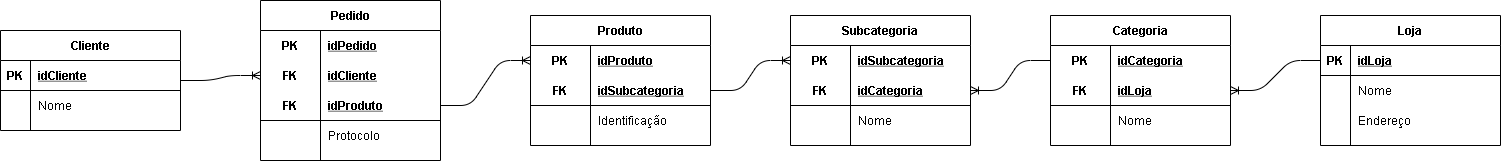
Above: SENAI-Sprint.1-BD/1.5/Modelo-Logico.png in Flavia-OlSi/SENAI-Segundo.Semestre (draw.io), before the change. Source tidied: cells renumbered, new cells last; positions are measured from the earlier drawing's top-left corner, leaving out a move shared by most shapes. Source of this version:
```xml
<mxGraphModel>
  <root>
    <mxCell id="0" />
    <mxCell id="1" parent="0" />
    <mxCell id="2" value="Cliente" style="shape=table;startSize=30;rowLines=0;fontStyle=1;align=center;" parent="1" vertex="1">
      <mxGeometry y="30" width="180" height="100" as="geometry" />
    </mxCell>
    <mxCell id="3" style="shape=partialRectangle;fillColor=none;top=0;left=0;bottom=1;right=0;" parent="2" vertex="1">
      <mxGeometry y="30" width="180" height="30" as="geometry" />
    </mxCell>
    <mxCell id="4" value="PK" style="shape=partialRectangle;fillColor=none;top=0;left=0;bottom=0;right=0;fontStyle=1;overflow=hidden;" parent="3" vertex="1">
      <mxGeometry width="30" height="30" as="geometry" />
    </mxCell>
    <mxCell id="5" value="idCliente" style="shape=partialRectangle;fillColor=none;top=0;left=0;bottom=0;right=0;align=left;spacingLeft=6;fontStyle=5;overflow=hidden;" parent="3" vertex="1">
      <mxGeometry x="30" width="150" height="30" as="geometry" />
    </mxCell>
    <mxCell id="6" style="shape=partialRectangle;fillColor=none;top=0;left=0;bottom=0;right=0;" parent="2" vertex="1">
      <mxGeometry y="60" width="180" height="30" as="geometry" />
    </mxCell>
    <mxCell id="7" style="shape=partialRectangle;fillColor=none;top=0;left=0;bottom=0;right=0;overflow=hidden;" parent="6" vertex="1">
      <mxGeometry width="30" height="30" as="geometry" />
    </mxCell>
    <mxCell id="8" value="Nome" style="shape=partialRectangle;fillColor=none;top=0;left=0;bottom=0;right=0;align=left;spacingLeft=6;overflow=hidden;" parent="6" vertex="1">
      <mxGeometry x="30" width="150" height="30" as="geometry" />
    </mxCell>
    <mxCell id="9" value="Pedido" style="shape=table;startSize=30;rowLines=0;fontStyle=1;align=center;" parent="1" vertex="1">
      <mxGeometry x="260" width="180" height="160" as="geometry" />
    </mxCell>
    <mxCell id="10" style="shape=partialRectangle;fillColor=none;top=0;left=0;bottom=0;right=0;" parent="9" vertex="1">
      <mxGeometry y="30" width="180" height="30" as="geometry" />
    </mxCell>
    <mxCell id="11" value="PK" style="shape=partialRectangle;fillColor=none;top=0;left=0;bottom=0;right=0;fontStyle=1;overflow=hidden;" parent="10" vertex="1">
      <mxGeometry width="60" height="30" as="geometry" />
    </mxCell>
    <mxCell id="12" value="idPedido" style="shape=partialRectangle;fillColor=none;top=0;left=0;bottom=0;right=0;align=left;spacingLeft=6;fontStyle=5;overflow=hidden;" parent="10" vertex="1">
      <mxGeometry x="60" width="120" height="30" as="geometry" />
    </mxCell>
    <mxCell id="13" style="shape=partialRectangle;fillColor=none;top=0;left=0;bottom=0;right=0;points=[[0,0.5],[1,0.5]];portConstraint=eastwest;" parent="9" vertex="1">
      <mxGeometry y="60" width="180" height="30" as="geometry" />
    </mxCell>
    <mxCell id="14" value="FK" style="shape=partialRectangle;fillColor=none;top=0;left=0;bottom=0;right=0;fontStyle=1;overflow=hidden;" parent="13" vertex="1">
      <mxGeometry width="60" height="30" as="geometry" />
    </mxCell>
    <mxCell id="15" value="idCliente" style="shape=partialRectangle;fillColor=none;top=0;left=0;bottom=0;right=0;align=left;spacingLeft=6;fontStyle=5;overflow=hidden;" parent="13" vertex="1">
      <mxGeometry x="60" width="120" height="30" as="geometry" />
    </mxCell>
    <mxCell id="16" style="shape=partialRectangle;fillColor=none;top=0;left=0;bottom=1;right=0;points=[[0,0.5],[1,0.5]];portConstraint=eastwest;" parent="9" vertex="1">
      <mxGeometry y="90" width="180" height="30" as="geometry" />
    </mxCell>
    <mxCell id="17" value="FK" style="shape=partialRectangle;fillColor=none;top=0;left=0;bottom=0;right=0;fontStyle=1;overflow=hidden;" parent="16" vertex="1">
      <mxGeometry width="60" height="30" as="geometry" />
    </mxCell>
    <mxCell id="18" value="idProduto" style="shape=partialRectangle;fillColor=none;top=0;left=0;bottom=0;right=0;align=left;spacingLeft=6;fontStyle=5;overflow=hidden;" parent="16" vertex="1">
      <mxGeometry x="60" width="120" height="30" as="geometry" />
    </mxCell>
    <mxCell id="19" style="shape=partialRectangle;fillColor=none;top=0;left=0;bottom=0;right=0;" parent="9" vertex="1">
      <mxGeometry y="120" width="180" height="30" as="geometry" />
    </mxCell>
    <mxCell id="20" style="shape=partialRectangle;fillColor=none;top=0;left=0;bottom=0;right=0;overflow=hidden;" parent="19" vertex="1">
      <mxGeometry width="60" height="30" as="geometry" />
    </mxCell>
    <mxCell id="21" value="Protocolo" style="shape=partialRectangle;fillColor=none;top=0;left=0;bottom=0;right=0;align=left;spacingLeft=6;overflow=hidden;" parent="19" vertex="1">
      <mxGeometry x="60" width="120" height="30" as="geometry" />
    </mxCell>
    <mxCell id="22" value="Produto" style="shape=table;startSize=30;rowLines=0;fontStyle=1;align=center;" parent="1" vertex="1">
      <mxGeometry x="530" y="15" width="180" height="130" as="geometry" />
    </mxCell>
    <mxCell id="23" style="shape=partialRectangle;fillColor=none;top=0;left=0;bottom=0;right=0;points=[[0,0.5],[1,0.5]];portConstraint=eastwest;" parent="22" vertex="1">
      <mxGeometry y="30" width="180" height="30" as="geometry" />
    </mxCell>
    <mxCell id="24" value="PK" style="shape=partialRectangle;fillColor=none;top=0;left=0;bottom=0;right=0;fontStyle=1;overflow=hidden;" parent="23" vertex="1">
      <mxGeometry width="60" height="30" as="geometry" />
    </mxCell>
    <mxCell id="25" value="idProduto" style="shape=partialRectangle;fillColor=none;top=0;left=0;bottom=0;right=0;align=left;spacingLeft=6;fontStyle=5;overflow=hidden;" parent="23" vertex="1">
      <mxGeometry x="60" width="120" height="30" as="geometry" />
    </mxCell>
    <mxCell id="26" style="shape=partialRectangle;fillColor=none;top=0;left=0;bottom=1;right=0;points=[[0,0.5],[1,0.5]];portConstraint=eastwest;" parent="22" vertex="1">
      <mxGeometry y="60" width="180" height="30" as="geometry" />
    </mxCell>
    <mxCell id="27" value="FK" style="shape=partialRectangle;fillColor=none;top=0;left=0;bottom=0;right=0;fontStyle=1;overflow=hidden;" parent="26" vertex="1">
      <mxGeometry width="60" height="30" as="geometry" />
    </mxCell>
    <mxCell id="28" value="idSubcategoria" style="shape=partialRectangle;fillColor=none;top=0;left=0;bottom=0;right=0;align=left;spacingLeft=6;fontStyle=5;overflow=hidden;" parent="26" vertex="1">
      <mxGeometry x="60" width="120" height="30" as="geometry" />
    </mxCell>
    <mxCell id="29" style="shape=partialRectangle;fillColor=none;top=0;left=0;bottom=0;right=0;" parent="22" vertex="1">
      <mxGeometry y="90" width="180" height="30" as="geometry" />
    </mxCell>
    <mxCell id="30" style="shape=partialRectangle;fillColor=none;top=0;left=0;bottom=0;right=0;overflow=hidden;" parent="29" vertex="1">
      <mxGeometry width="60" height="30" as="geometry" />
    </mxCell>
    <mxCell id="31" value="Identificação" style="shape=partialRectangle;fillColor=none;top=0;left=0;bottom=0;right=0;align=left;spacingLeft=6;overflow=hidden;" parent="29" vertex="1">
      <mxGeometry x="60" width="120" height="30" as="geometry" />
    </mxCell>
    <mxCell id="32" value="Subcategoria" style="shape=table;startSize=30;rowLines=0;fontStyle=1;align=center;" parent="1" vertex="1">
      <mxGeometry x="790" y="15" width="180" height="130" as="geometry" />
    </mxCell>
    <mxCell id="33" style="shape=partialRectangle;fillColor=none;top=0;left=0;bottom=0;right=0;points=[[0,0.5],[1,0.5]];portConstraint=eastwest;" parent="32" vertex="1">
      <mxGeometry y="30" width="180" height="30" as="geometry" />
    </mxCell>
    <mxCell id="34" value="PK" style="shape=partialRectangle;fillColor=none;top=0;left=0;bottom=0;right=0;fontStyle=1;overflow=hidden;" parent="33" vertex="1">
      <mxGeometry width="60" height="30" as="geometry" />
    </mxCell>
    <mxCell id="35" value="idSubcategoria" style="shape=partialRectangle;fillColor=none;top=0;left=0;bottom=0;right=0;align=left;spacingLeft=6;fontStyle=5;overflow=hidden;" parent="33" vertex="1">
      <mxGeometry x="60" width="120" height="30" as="geometry" />
    </mxCell>
    <mxCell id="36" style="shape=partialRectangle;fillColor=none;top=0;left=0;bottom=1;right=0;points=[[0,0.5],[1,0.5]];portConstraint=eastwest;" parent="32" vertex="1">
      <mxGeometry y="60" width="180" height="30" as="geometry" />
    </mxCell>
    <mxCell id="37" value="FK" style="shape=partialRectangle;fillColor=none;top=0;left=0;bottom=0;right=0;fontStyle=1;overflow=hidden;" parent="36" vertex="1">
      <mxGeometry width="60" height="30" as="geometry" />
    </mxCell>
    <mxCell id="38" value="idCategoria" style="shape=partialRectangle;fillColor=none;top=0;left=0;bottom=0;right=0;align=left;spacingLeft=6;fontStyle=5;overflow=hidden;" parent="36" vertex="1">
      <mxGeometry x="60" width="120" height="30" as="geometry" />
    </mxCell>
    <mxCell id="39" style="shape=partialRectangle;fillColor=none;top=0;left=0;bottom=0;right=0;" parent="32" vertex="1">
      <mxGeometry y="90" width="180" height="30" as="geometry" />
    </mxCell>
    <mxCell id="40" style="shape=partialRectangle;fillColor=none;top=0;left=0;bottom=0;right=0;overflow=hidden;" parent="39" vertex="1">
      <mxGeometry width="60" height="30" as="geometry" />
    </mxCell>
    <mxCell id="41" value="Nome" style="shape=partialRectangle;fillColor=none;top=0;left=0;bottom=0;right=0;align=left;spacingLeft=6;overflow=hidden;" parent="39" vertex="1">
      <mxGeometry x="60" width="120" height="30" as="geometry" />
    </mxCell>
    <mxCell id="42" value="Categoria" style="shape=table;startSize=30;rowLines=0;fontStyle=1;align=center;" parent="1" vertex="1">
      <mxGeometry x="1050" y="15" width="180" height="130" as="geometry" />
    </mxCell>
    <mxCell id="43" style="shape=partialRectangle;fillColor=none;top=0;left=0;bottom=0;right=0;points=[[0,0.5],[1,0.5]];portConstraint=eastwest;" parent="42" vertex="1">
      <mxGeometry y="30" width="180" height="30" as="geometry" />
    </mxCell>
    <mxCell id="44" value="PK" style="shape=partialRectangle;fillColor=none;top=0;left=0;bottom=0;right=0;fontStyle=1;overflow=hidden;" parent="43" vertex="1">
      <mxGeometry width="60" height="30" as="geometry" />
    </mxCell>
    <mxCell id="45" value="idCategoria" style="shape=partialRectangle;fillColor=none;top=0;left=0;bottom=0;right=0;align=left;spacingLeft=6;fontStyle=5;overflow=hidden;" parent="43" vertex="1">
      <mxGeometry x="60" width="120" height="30" as="geometry" />
    </mxCell>
    <mxCell id="46" style="shape=partialRectangle;fillColor=none;top=0;left=0;bottom=1;right=0;points=[[0,0.5],[1,0.5]];portConstraint=eastwest;" parent="42" vertex="1">
      <mxGeometry y="60" width="180" height="30" as="geometry" />
    </mxCell>
    <mxCell id="47" value="FK" style="shape=partialRectangle;fillColor=none;top=0;left=0;bottom=0;right=0;fontStyle=1;overflow=hidden;" parent="46" vertex="1">
      <mxGeometry width="60" height="30" as="geometry" />
    </mxCell>
    <mxCell id="48" value="idLoja" style="shape=partialRectangle;fillColor=none;top=0;left=0;bottom=0;right=0;align=left;spacingLeft=6;fontStyle=5;overflow=hidden;" parent="46" vertex="1">
      <mxGeometry x="60" width="120" height="30" as="geometry" />
    </mxCell>
    <mxCell id="49" style="shape=partialRectangle;fillColor=none;top=0;left=0;bottom=0;right=0;" parent="42" vertex="1">
      <mxGeometry y="90" width="180" height="30" as="geometry" />
    </mxCell>
    <mxCell id="50" style="shape=partialRectangle;fillColor=none;top=0;left=0;bottom=0;right=0;overflow=hidden;" parent="49" vertex="1">
      <mxGeometry width="60" height="30" as="geometry" />
    </mxCell>
    <mxCell id="51" value="Nome" style="shape=partialRectangle;fillColor=none;top=0;left=0;bottom=0;right=0;align=left;spacingLeft=6;overflow=hidden;" parent="49" vertex="1">
      <mxGeometry x="60" width="120" height="30" as="geometry" />
    </mxCell>
    <mxCell id="52" value="Loja" style="shape=table;startSize=30;rowLines=0;fontStyle=1;align=center;" parent="1" vertex="1">
      <mxGeometry x="1320" y="15" width="180" height="130" as="geometry" />
    </mxCell>
    <mxCell id="53" style="shape=partialRectangle;fillColor=none;top=0;left=0;bottom=1;right=0;points=[[0,0.5],[1,0.5]];portConstraint=eastwest;" parent="52" vertex="1">
      <mxGeometry y="30" width="180" height="30" as="geometry" />
    </mxCell>
    <mxCell id="54" value="PK" style="shape=partialRectangle;fillColor=none;top=0;left=0;bottom=0;right=0;fontStyle=1;overflow=hidden;" parent="53" vertex="1">
      <mxGeometry width="30" height="30" as="geometry" />
    </mxCell>
    <mxCell id="55" value="idLoja" style="shape=partialRectangle;fillColor=none;top=0;left=0;bottom=0;right=0;align=left;spacingLeft=6;fontStyle=5;overflow=hidden;" parent="53" vertex="1">
      <mxGeometry x="30" width="150" height="30" as="geometry" />
    </mxCell>
    <mxCell id="56" style="shape=partialRectangle;fillColor=none;top=0;left=0;bottom=0;right=0;" parent="52" vertex="1">
      <mxGeometry y="60" width="180" height="30" as="geometry" />
    </mxCell>
    <mxCell id="57" style="shape=partialRectangle;fillColor=none;top=0;left=0;bottom=0;right=0;overflow=hidden;" parent="56" vertex="1">
      <mxGeometry width="30" height="30" as="geometry" />
    </mxCell>
    <mxCell id="58" value="Nome" style="shape=partialRectangle;fillColor=none;top=0;left=0;bottom=0;right=0;align=left;spacingLeft=6;overflow=hidden;" parent="56" vertex="1">
      <mxGeometry x="30" width="150" height="30" as="geometry" />
    </mxCell>
    <mxCell id="59" style="shape=partialRectangle;fillColor=none;top=0;left=0;bottom=0;right=0;" parent="52" vertex="1">
      <mxGeometry y="90" width="180" height="30" as="geometry" />
    </mxCell>
    <mxCell id="60" style="shape=partialRectangle;fillColor=none;top=0;left=0;bottom=0;right=0;overflow=hidden;" parent="59" vertex="1">
      <mxGeometry width="30" height="30" as="geometry" />
    </mxCell>
    <mxCell id="61" value="Endereço" style="shape=partialRectangle;fillColor=none;top=0;left=0;bottom=0;right=0;align=left;spacingLeft=6;overflow=hidden;" parent="59" vertex="1">
      <mxGeometry x="30" width="150" height="30" as="geometry" />
    </mxCell>
    <mxCell id="62" style="edgeStyle=entityRelationEdgeStyle;fontSize=12;html=1;endArrow=ERoneToMany;entryX=0;entryY=0.5;entryDx=0;entryDy=0;" parent="1" edge="1" target="13">
      <mxGeometry relative="1" as="geometry">
        <mxPoint x="180" y="80" as="sourcePoint" />
      </mxGeometry>
    </mxCell>
    <mxCell id="63" style="edgeStyle=entityRelationEdgeStyle;fontSize=12;html=1;endArrow=ERoneToMany;entryX=1;entryY=0.5;entryDx=0;entryDy=0;" parent="1" edge="1" source="53" target="46">
      <mxGeometry relative="1" as="geometry" />
    </mxCell>
    <mxCell id="64" style="edgeStyle=entityRelationEdgeStyle;fontSize=12;html=1;endArrow=ERoneToMany;entryX=1;entryY=0.5;entryDx=0;entryDy=0;exitX=0;exitY=0.5;exitDx=0;exitDy=0;" parent="1" edge="1" source="43" target="36">
      <mxGeometry relative="1" as="geometry" />
    </mxCell>
    <mxCell id="65" style="edgeStyle=entityRelationEdgeStyle;fontSize=12;html=1;endArrow=ERoneToMany;exitX=1;exitY=0.5;exitDx=0;exitDy=0;entryX=0;entryY=0.5;entryDx=0;entryDy=0;" parent="1" edge="1" source="26" target="33">
      <mxGeometry relative="1" as="geometry" />
    </mxCell>
    <mxCell id="66" style="edgeStyle=entityRelationEdgeStyle;fontSize=12;html=1;endArrow=ERoneToMany;exitX=1;exitY=0.5;exitDx=0;exitDy=0;" parent="1" edge="1" source="16" target="23">
      <mxGeometry relative="1" as="geometry" />
    </mxCell>
  </root>
</mxGraphModel>
```
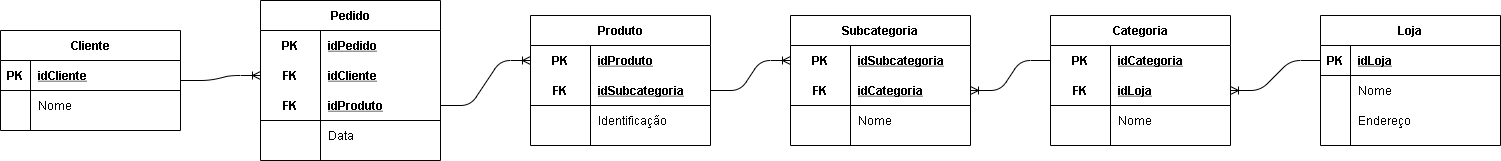
Later version of the same file.

Change to the diagram source:
```diff
@@ -59,7 +59,7 @@
     <mxCell id="20" style="shape=partialRectangle;fillColor=none;top=0;left=0;bottom=0;right=0;overflow=hidden;" parent="19" vertex="1">
       <mxGeometry width="60" height="30" as="geometry" />
     </mxCell>
-    <mxCell id="21" value="Protocolo" style="shape=partialRectangle;fillColor=none;top=0;left=0;bottom=0;right=0;align=left;spacingLeft=6;overflow=hidden;" parent="19" vertex="1">
+    <mxCell id="21" value="Data" style="shape=partialRectangle;fillColor=none;top=0;left=0;bottom=0;right=0;align=left;spacingLeft=6;overflow=hidden;" parent="19" vertex="1">
       <mxGeometry x="60" width="120" height="30" as="geometry" />
     </mxCell>
     <mxCell id="22" value="Produto" style="shape=table;startSize=30;rowLines=0;fontStyle=1;align=center;" parent="1" vertex="1">
```
